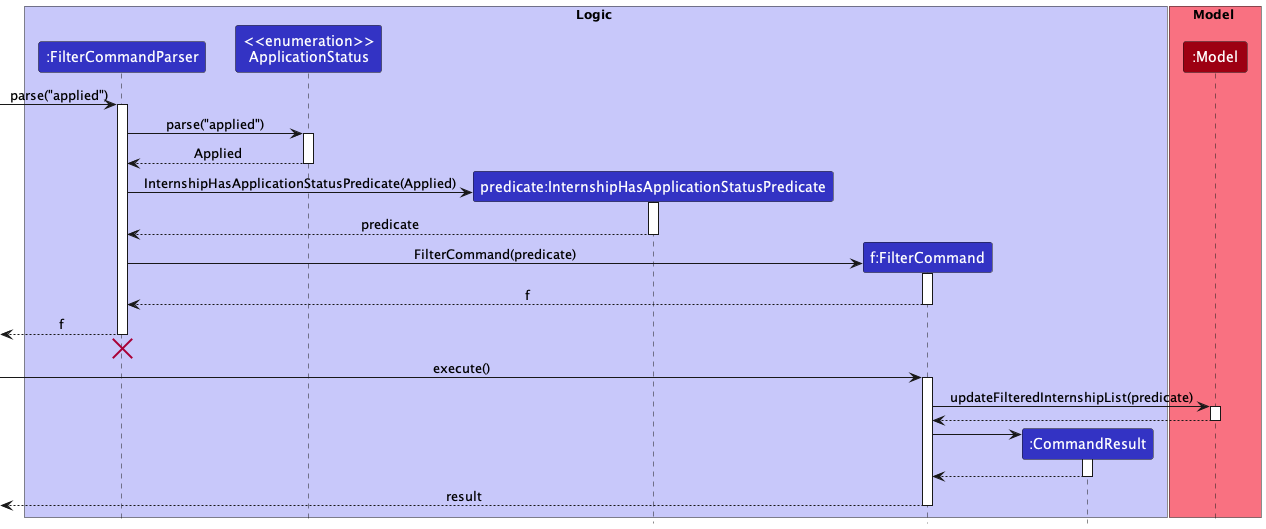
Earlier version of the PlantUML export docs/images/FilterSequenceDiagram.png (nus-cs2103-AY2223S1/tp).
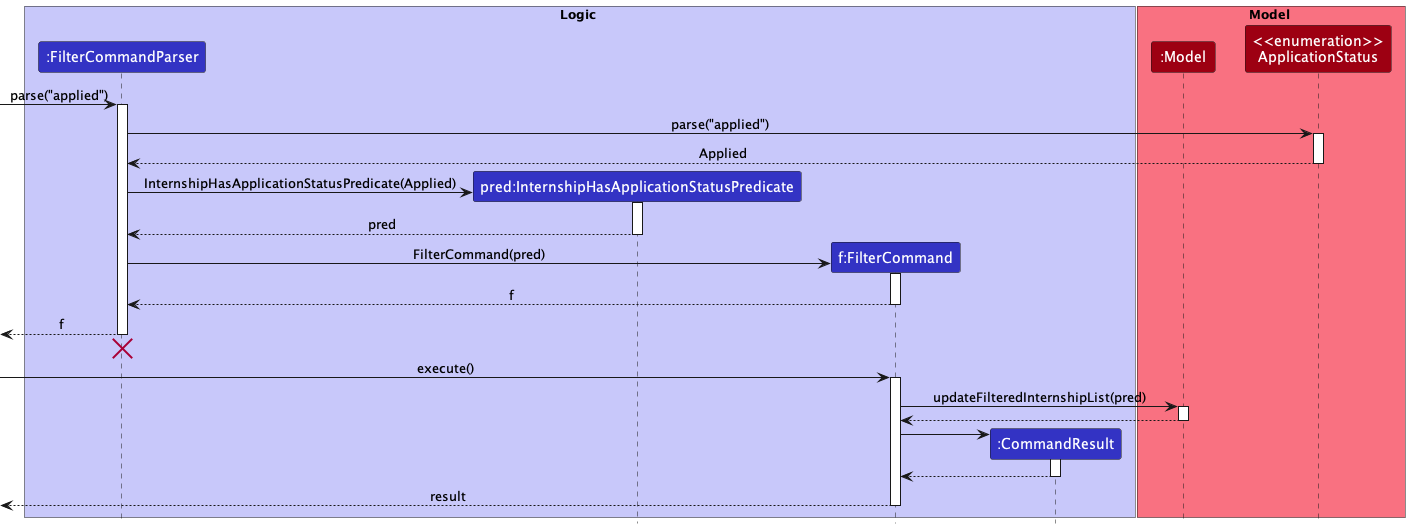
The same diagram one commit later.

Commit message:
Update filter sequence diagram

What changed in the source:
```diff
@@ -4,14 +4,14 @@
 box Logic LOGIC_COLOR_T1
 
 participant ":FilterCommandParser" as FilterCommandParser LOGIC_COLOR
-participant "<<enumeration>>\nApplicationStatus" as ApplicationStatus LOGIC_COLOR
-participant "predicate:InternshipHasApplicationStatusPredicate" as InternshipHasApplicationStatusPredicate LOGIC_COLOR
+participant "pred:InternshipHasApplicationStatusPredicate" as InternshipHasApplicationStatusPredicate LOGIC_COLOR
 participant "f:FilterCommand" as FilterCommand LOGIC_COLOR
 participant ":CommandResult" as CommandResult LOGIC_COLOR
 end box
 
 box Model MODEL_COLOR_T1
 participant ":Model" as Model MODEL_COLOR
+participant "<<enumeration>>\nApplicationStatus" as ApplicationStatus MODEL_COLOR
 end box
 
 -> FilterCommandParser : parse("applied")
@@ -27,11 +27,11 @@
 FilterCommandParser -> InternshipHasApplicationStatusPredicate : InternshipHasApplicationStatusPredicate(Applied)
 activate InternshipHasApplicationStatusPredicate
 
-InternshipHasApplicationStatusPredicate --> FilterCommandParser :predicate
+InternshipHasApplicationStatusPredicate --> FilterCommandParser : pred
 deactivate InternshipHasApplicationStatusPredicate
 
 create FilterCommand
-FilterCommandParser -> FilterCommand : FilterCommand(predicate)
+FilterCommandParser -> FilterCommand : FilterCommand(pred)
 activate FilterCommand
 
 FilterCommand --> FilterCommandParser : f
@@ -45,7 +45,7 @@
 [-> FilterCommand : execute()
 activate FilterCommand
 
-FilterCommand -> Model : updateFilteredInternshipList(predicate)
+FilterCommand -> Model : updateFilteredInternshipList(pred)
 activate Model
 
 Model --> FilterCommand
```
